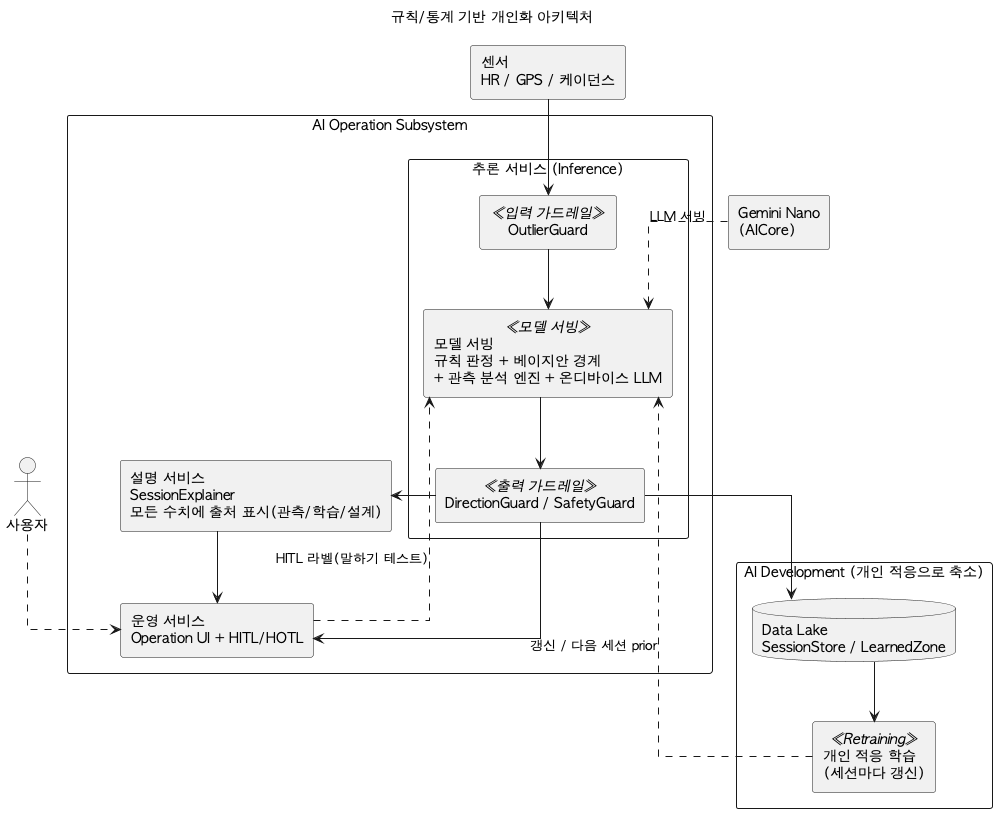
Before: arch/diagrams/02b-component-cnc-simple.png, a diagram exported from PlantUML (tenyearslove/zone2runner).
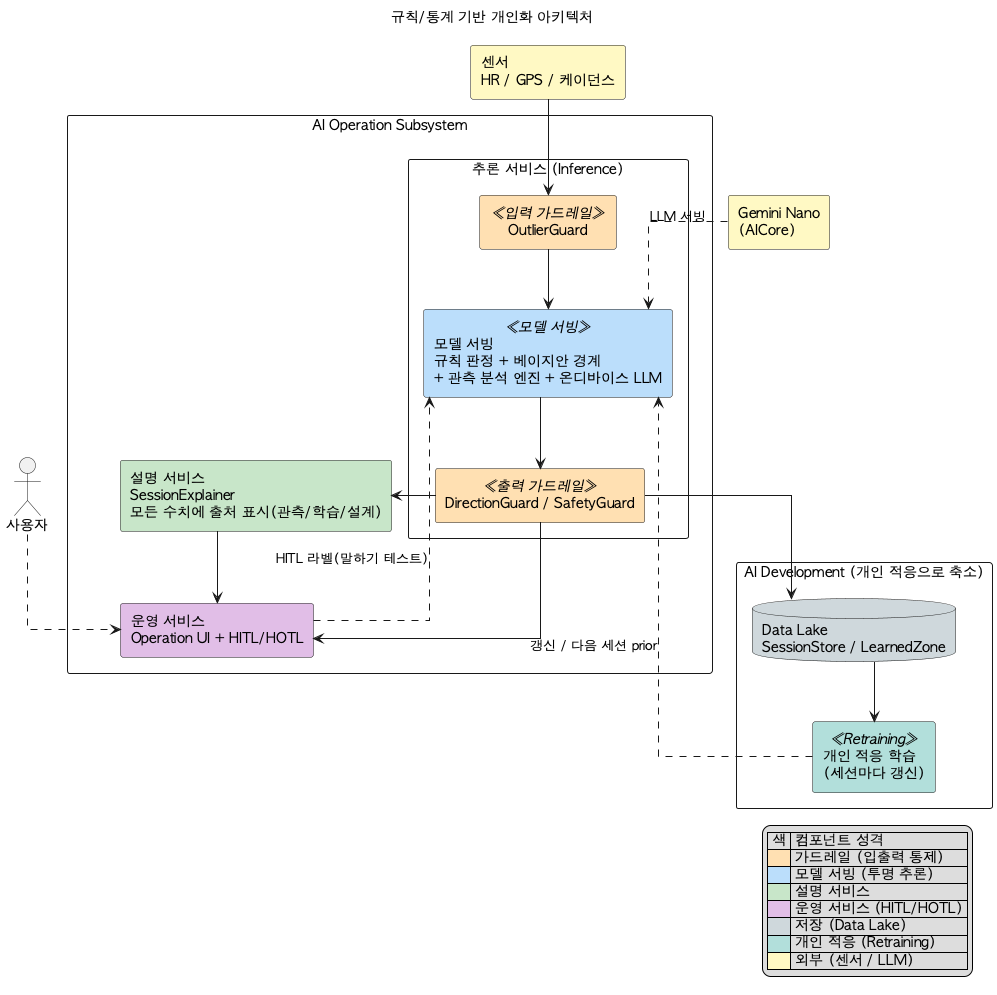
After the commit.

Commit message:
docs(arch): 축약 도식에 컴포넌트 성격별 색상 + 범례 추가

Diff of the diagram source:
```diff
@@ -7,24 +7,24 @@
 skinparam linetype ortho
 
 actor "사용자" as User
-component "센서\nHR / GPS / 케이던스" as Sensors
-component "Gemini Nano\n(AICore)" as Nano
+component "센서\nHR / GPS / 케이던스" as Sensors #FFF9C4
+component "Gemini Nano\n(AICore)" as Nano #FFF9C4
 
 package "AI Operation Subsystem" {
   package "추론 서비스 (Inference)" as INF {
-    component "OutlierGuard" <<입력 가드레일>> as IG
-    component "모델 서빙\n규칙 판정 + 베이지안 경계\n+ 관측 분석 엔진 + 온디바이스 LLM" <<모델 서빙>> as SERVE
-    component "DirectionGuard / SafetyGuard" <<출력 가드레일>> as OG
+    component "OutlierGuard" <<입력 가드레일>> as IG #FFE0B2
+    component "모델 서빙\n규칙 판정 + 베이지안 경계\n+ 관측 분석 엔진 + 온디바이스 LLM" <<모델 서빙>> as SERVE #BBDEFB
+    component "DirectionGuard / SafetyGuard" <<출력 가드레일>> as OG #FFE0B2
     IG --> SERVE
     SERVE --> OG
   }
-  component "설명 서비스\nSessionExplainer\n모든 수치에 출처 표시(관측/학습/설계)" as EXP
-  component "운영 서비스\nOperation UI + HITL/HOTL" as OPS
+  component "설명 서비스\nSessionExplainer\n모든 수치에 출처 표시(관측/학습/설계)" as EXP #C8E6C9
+  component "운영 서비스\nOperation UI + HITL/HOTL" as OPS #E1BEE7
 }
 
 package "AI Development (개인 적응으로 축소)" as DEV {
-  database "Data Lake\nSessionStore / LearnedZone" as DL
-  component "개인 적응 학습\n(세션마다 갱신)" <<Retraining>> as AD
+  database "Data Lake\nSessionStore / LearnedZone" as DL #CFD8DC
+  component "개인 적응 학습\n(세션마다 갱신)" <<Retraining>> as AD #B2DFDB
 }
 
 Sensors --> IG
@@ -37,4 +37,15 @@
 OG --> DL
 DL --> AD
 AD ..> SERVE : 갱신 / 다음 세션 prior
+
+legend right
+|= 색 |= 컴포넌트 성격 |
+|<#FFE0B2>| 가드레일 (입출력 통제) |
+|<#BBDEFB>| 모델 서빙 (투명 추론) |
+|<#C8E6C9>| 설명 서비스 |
+|<#E1BEE7>| 운영 서비스 (HITL/HOTL) |
+|<#CFD8DC>| 저장 (Data Lake) |
+|<#B2DFDB>| 개인 적응 (Retraining) |
+|<#FFF9C4>| 외부 (센서 / LLM) |
+endlegend
 @enduml
```
